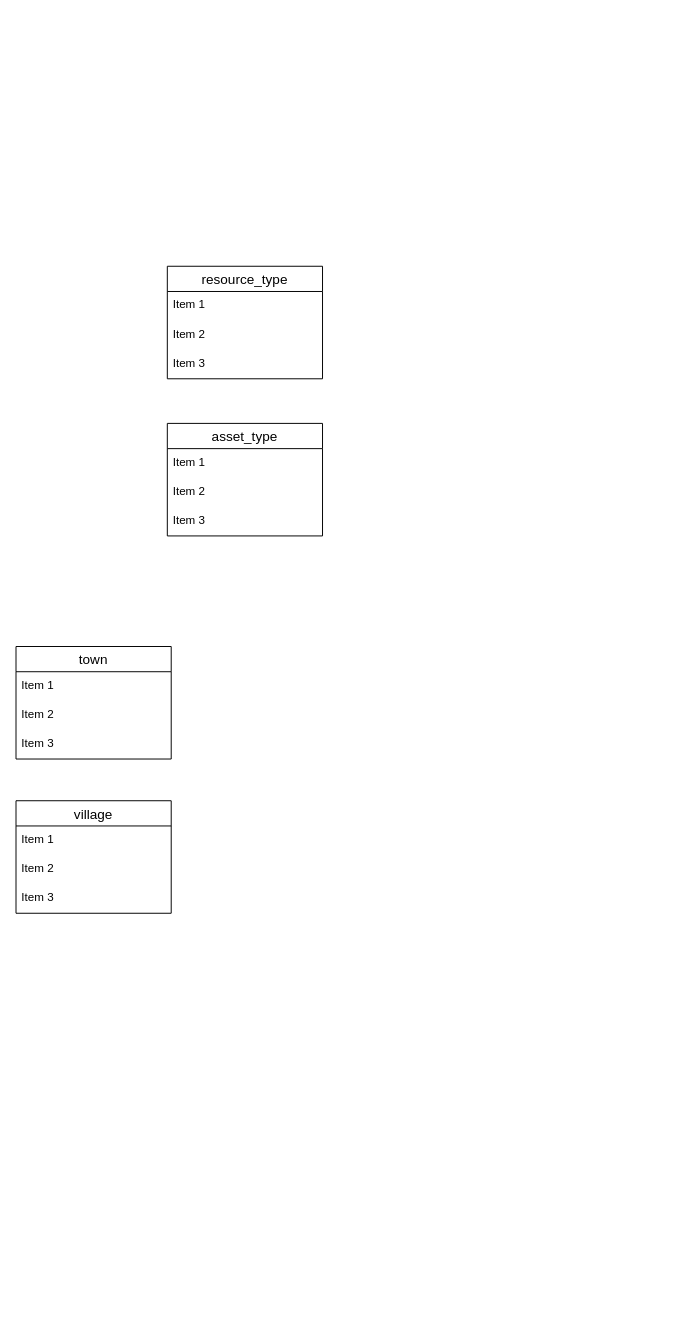
The draw.io diagram page "第 15 页" (15 of 15) of znxd业务.drawio in k525056857/mfr, before the edit. Source tidied: cells renumbered, new cells numbered last; positions are measured from the earlier drawing's top-left corner, leaving out a move shared by most shapes. Both pictures are drawn from the tidied source at 97%, with x=0, y=0 at pixel (16, 266).
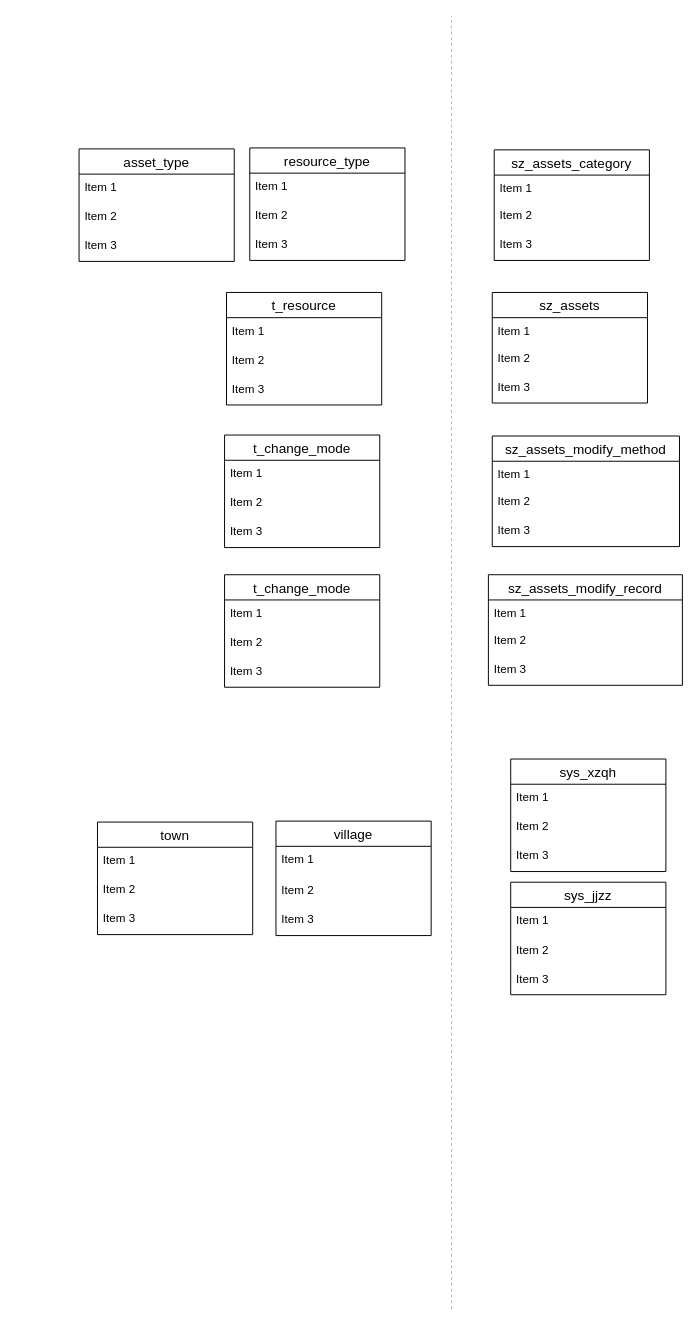
Above is the later version.

Diff of the diagram source:
```diff
@@
     <mxCell id="2" value="asset_type" style="swimlane;fontStyle=0;horizontal=1;startSize=26;align=center;fontSize=14;" parent="1" vertex="1">
-      <mxGeometry x="156" y="162" width="160" height="116" as="geometry" />
+      <mxGeometry x="65" y="-121" width="160" height="116" as="geometry" />
     </mxCell>
@@
     <mxCell id="6" value="resource_type" style="swimlane;fontStyle=0;horizontal=1;startSize=26;align=center;fontSize=14;" parent="1" vertex="1">
-      <mxGeometry x="156" width="160" height="116" as="geometry" />
+      <mxGeometry x="241" y="-122" width="160" height="116" as="geometry" />
     </mxCell>
@@
     <mxCell id="10" value="town" style="swimlane;fontStyle=0;horizontal=1;startSize=26;align=center;fontSize=14;" parent="1" vertex="1">
-      <mxGeometry y="392" width="160" height="116" as="geometry" />
+      <mxGeometry x="84" y="573" width="160" height="116" as="geometry" />
     </mxCell>
@@
     <mxCell id="14" value="village" style="swimlane;fontStyle=0;horizontal=1;startSize=26;align=center;fontSize=14;" parent="1" vertex="1">
-      <mxGeometry y="551" width="160" height="116" as="geometry" />
+      <mxGeometry x="268" y="572" width="160" height="118" as="geometry" />
     </mxCell>
     <mxCell id="15" value="Item 1" style="text;strokeColor=none;fillColor=none;spacingLeft=4;spacingRight=4;overflow=hidden;fontSize=12;" parent="14" vertex="1">
-      <mxGeometry y="26" width="160" height="30" as="geometry" />
+      <mxGeometry y="26" width="160" height="32" as="geometry" />
     </mxCell>
     <mxCell id="16" value="Item 2" style="text;strokeColor=none;fillColor=none;spacingLeft=4;spacingRight=4;overflow=hidden;fontSize=12;" parent="14" vertex="1">
-      <mxGeometry y="56" width="160" height="30" as="geometry" />
+      <mxGeometry y="58" width="160" height="30" as="geometry" />
     </mxCell>
     <mxCell id="17" value="Item 3" style="text;strokeColor=none;fillColor=none;spacingLeft=4;spacingRight=4;overflow=hidden;fontSize=12;" parent="14" vertex="1">
-      <mxGeometry y="86" width="160" height="30" as="geometry" />
+      <mxGeometry y="88" width="160" height="30" as="geometry" />
     </mxCell>
+    <mxCell id="18" style="endArrow=none;dashed=1;html=1;strokeWidth=1;strokeColor=#B3B3B3;" parent="1" edge="1">
+      <mxGeometry relative="1" as="geometry">
+        <mxPoint x="449" y="1075" as="sourcePoint" />
+        <mxPoint x="449" y="-258" as="targetPoint" />
+      </mxGeometry>
+    </mxCell>
+    <mxCell id="19" value="sz_assets_category" style="swimlane;fontStyle=0;horizontal=1;startSize=26;align=center;fontSize=14;" parent="1" vertex="1">
+      <mxGeometry x="493" y="-120" width="160" height="114" as="geometry" />
+    </mxCell>
+    <mxCell id="20" value="Item 1" style="text;strokeColor=none;fillColor=none;spacingLeft=4;spacingRight=4;overflow=hidden;fontSize=12;" parent="19" vertex="1">
+      <mxGeometry y="26" width="160" height="28" as="geometry" />
+    </mxCell>
+    <mxCell id="21" value="Item 2" style="text;strokeColor=none;fillColor=none;spacingLeft=4;spacingRight=4;overflow=hidden;fontSize=12;" parent="19" vertex="1">
+      <mxGeometry y="54" width="160" height="30" as="geometry" />
+    </mxCell>
+    <mxCell id="22" value="Item 3" style="text;strokeColor=none;fillColor=none;spacingLeft=4;spacingRight=4;overflow=hidden;fontSize=12;" parent="19" vertex="1">
+      <mxGeometry y="84" width="160" height="30" as="geometry" />
+    </mxCell>
+    <mxCell id="23" value="sys_xzqh" style="swimlane;fontStyle=0;horizontal=1;startSize=26;align=center;fontSize=14;" parent="1" vertex="1">
+      <mxGeometry x="510" y="508" width="160" height="116" as="geometry" />
+    </mxCell>
+    <mxCell id="24" value="Item 1" style="text;strokeColor=none;fillColor=none;spacingLeft=4;spacingRight=4;overflow=hidden;fontSize=12;" parent="23" vertex="1">
+      <mxGeometry y="26" width="160" height="30" as="geometry" />
+    </mxCell>
+    <mxCell id="25" value="Item 2" style="text;strokeColor=none;fillColor=none;spacingLeft=4;spacingRight=4;overflow=hidden;fontSize=12;" parent="23" vertex="1">
+      <mxGeometry y="56" width="160" height="30" as="geometry" />
+    </mxCell>
+    <mxCell id="26" value="Item 3" style="text;strokeColor=none;fillColor=none;spacingLeft=4;spacingRight=4;overflow=hidden;fontSize=12;" parent="23" vertex="1">
+      <mxGeometry y="86" width="160" height="30" as="geometry" />
+    </mxCell>
+    <mxCell id="27" value="sys_jjzz" style="swimlane;fontStyle=0;horizontal=1;startSize=26;align=center;fontSize=14;" parent="1" vertex="1">
+      <mxGeometry x="510" y="635" width="160" height="116" as="geometry" />
+    </mxCell>
+    <mxCell id="28" value="Item 1" style="text;strokeColor=none;fillColor=none;spacingLeft=4;spacingRight=4;overflow=hidden;fontSize=12;" parent="27" vertex="1">
+      <mxGeometry y="26" width="160" height="30" as="geometry" />
+    </mxCell>
+    <mxCell id="29" value="Item 2" style="text;strokeColor=none;fillColor=none;spacingLeft=4;spacingRight=4;overflow=hidden;fontSize=12;" parent="27" vertex="1">
+      <mxGeometry y="56" width="160" height="30" as="geometry" />
+    </mxCell>
+    <mxCell id="30" value="Item 3" style="text;strokeColor=none;fillColor=none;spacingLeft=4;spacingRight=4;overflow=hidden;fontSize=12;" parent="27" vertex="1">
+      <mxGeometry y="86" width="160" height="30" as="geometry" />
+    </mxCell>
+    <mxCell id="31" value="t_change_mode" style="swimlane;fontStyle=0;horizontal=1;startSize=26;align=center;fontSize=14;" parent="1" vertex="1">
+      <mxGeometry x="215" y="174" width="160" height="116" as="geometry" />
+    </mxCell>
+    <mxCell id="32" value="Item 1" style="text;strokeColor=none;fillColor=none;spacingLeft=4;spacingRight=4;overflow=hidden;fontSize=12;" parent="31" vertex="1">
+      <mxGeometry y="26" width="160" height="30" as="geometry" />
+    </mxCell>
+    <mxCell id="33" value="Item 2" style="text;strokeColor=none;fillColor=none;spacingLeft=4;spacingRight=4;overflow=hidden;fontSize=12;" parent="31" vertex="1">
+      <mxGeometry y="56" width="160" height="30" as="geometry" />
+    </mxCell>
+    <mxCell id="34" value="Item 3" style="text;strokeColor=none;fillColor=none;spacingLeft=4;spacingRight=4;overflow=hidden;fontSize=12;" parent="31" vertex="1">
+      <mxGeometry y="86" width="160" height="30" as="geometry" />
+    </mxCell>
+    <mxCell id="35" value="t_change_mode" style="swimlane;fontStyle=0;horizontal=1;startSize=26;align=center;fontSize=14;" parent="1" vertex="1">
+      <mxGeometry x="215" y="318" width="160" height="116" as="geometry" />
+    </mxCell>
+    <mxCell id="36" value="Item 1" style="text;strokeColor=none;fillColor=none;spacingLeft=4;spacingRight=4;overflow=hidden;fontSize=12;" parent="35" vertex="1">
+      <mxGeometry y="26" width="160" height="30" as="geometry" />
+    </mxCell>
+    <mxCell id="37" value="Item 2" style="text;strokeColor=none;fillColor=none;spacingLeft=4;spacingRight=4;overflow=hidden;fontSize=12;" parent="35" vertex="1">
+      <mxGeometry y="56" width="160" height="30" as="geometry" />
+    </mxCell>
+    <mxCell id="38" value="Item 3" style="text;strokeColor=none;fillColor=none;spacingLeft=4;spacingRight=4;overflow=hidden;fontSize=12;" parent="35" vertex="1">
+      <mxGeometry y="86" width="160" height="30" as="geometry" />
+    </mxCell>
+    <mxCell id="39" value="t_resource" style="swimlane;fontStyle=0;horizontal=1;startSize=26;align=center;fontSize=14;" parent="1" vertex="1">
+      <mxGeometry x="217" y="27" width="160" height="116" as="geometry" />
+    </mxCell>
+    <mxCell id="40" value="Item 1" style="text;strokeColor=none;fillColor=none;spacingLeft=4;spacingRight=4;overflow=hidden;fontSize=12;" parent="39" vertex="1">
+      <mxGeometry y="26" width="160" height="30" as="geometry" />
+    </mxCell>
+    <mxCell id="41" value="Item 2" style="text;strokeColor=none;fillColor=none;spacingLeft=4;spacingRight=4;overflow=hidden;fontSize=12;" parent="39" vertex="1">
+      <mxGeometry y="56" width="160" height="30" as="geometry" />
+    </mxCell>
+    <mxCell id="42" value="Item 3" style="text;strokeColor=none;fillColor=none;spacingLeft=4;spacingRight=4;overflow=hidden;fontSize=12;" parent="39" vertex="1">
+      <mxGeometry y="86" width="160" height="30" as="geometry" />
+    </mxCell>
+    <mxCell id="43" value="sz_assets" style="swimlane;fontStyle=0;horizontal=1;startSize=26;align=center;fontSize=14;" parent="1" vertex="1">
+      <mxGeometry x="491" y="27" width="160" height="114" as="geometry" />
+    </mxCell>
+    <mxCell id="44" value="Item 1" style="text;strokeColor=none;fillColor=none;spacingLeft=4;spacingRight=4;overflow=hidden;fontSize=12;" parent="43" vertex="1">
+      <mxGeometry y="26" width="160" height="28" as="geometry" />
+    </mxCell>
+    <mxCell id="45" value="Item 2" style="text;strokeColor=none;fillColor=none;spacingLeft=4;spacingRight=4;overflow=hidden;fontSize=12;" parent="43" vertex="1">
+      <mxGeometry y="54" width="160" height="30" as="geometry" />
+    </mxCell>
+    <mxCell id="46" value="Item 3" style="text;strokeColor=none;fillColor=none;spacingLeft=4;spacingRight=4;overflow=hidden;fontSize=12;" parent="43" vertex="1">
+      <mxGeometry y="84" width="160" height="30" as="geometry" />
+    </mxCell>
+    <mxCell id="47" value="sz_assets_modify_method" style="swimlane;fontStyle=0;horizontal=1;startSize=26;align=center;fontSize=14;" parent="1" vertex="1">
+      <mxGeometry x="491" y="175" width="193" height="114" as="geometry" />
+    </mxCell>
+    <mxCell id="48" value="Item 1" style="text;strokeColor=none;fillColor=none;spacingLeft=4;spacingRight=4;overflow=hidden;fontSize=12;" parent="47" vertex="1">
+      <mxGeometry y="26" width="193" height="28" as="geometry" />
+    </mxCell>
+    <mxCell id="49" value="Item 2" style="text;strokeColor=none;fillColor=none;spacingLeft=4;spacingRight=4;overflow=hidden;fontSize=12;" parent="47" vertex="1">
+      <mxGeometry y="54" width="193" height="30" as="geometry" />
+    </mxCell>
+    <mxCell id="50" value="Item 3" style="text;strokeColor=none;fillColor=none;spacingLeft=4;spacingRight=4;overflow=hidden;fontSize=12;" parent="47" vertex="1">
+      <mxGeometry y="84" width="193" height="30" as="geometry" />
+    </mxCell>
+    <mxCell id="51" value="sz_assets_modify_record" style="swimlane;fontStyle=0;horizontal=1;startSize=26;align=center;fontSize=14;" parent="1" vertex="1">
+      <mxGeometry x="487" y="318" width="200" height="114" as="geometry" />
+    </mxCell>
+    <mxCell id="52" value="Item 1" style="text;strokeColor=none;fillColor=none;spacingLeft=4;spacingRight=4;overflow=hidden;fontSize=12;" parent="51" vertex="1">
+      <mxGeometry y="26" width="200" height="28" as="geometry" />
+    </mxCell>
+    <mxCell id="53" value="Item 2" style="text;strokeColor=none;fillColor=none;spacingLeft=4;spacingRight=4;overflow=hidden;fontSize=12;" parent="51" vertex="1">
+      <mxGeometry y="54" width="200" height="30" as="geometry" />
+    </mxCell>
+    <mxCell id="54" value="Item 3" style="text;strokeColor=none;fillColor=none;spacingLeft=4;spacingRight=4;overflow=hidden;fontSize=12;" parent="51" vertex="1">
+      <mxGeometry y="84" width="200" height="30" as="geometry" />
+    </mxCell>
```
